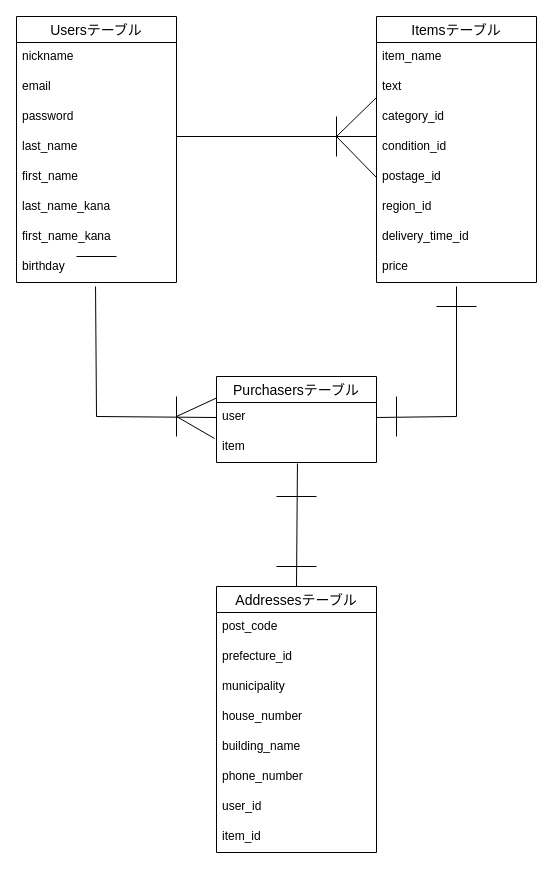
The draw.io diagram app/test.dio in techcamp-kawamata/furima-40315, before the edit. Source tidied: cells renumbered, new cells numbered last; positions are measured from the earlier drawing's top-left corner, leaving out a move shared by most shapes. Both pictures are drawn from the tidied source at 100%, with x=0, y=0 at pixel (16, 16).
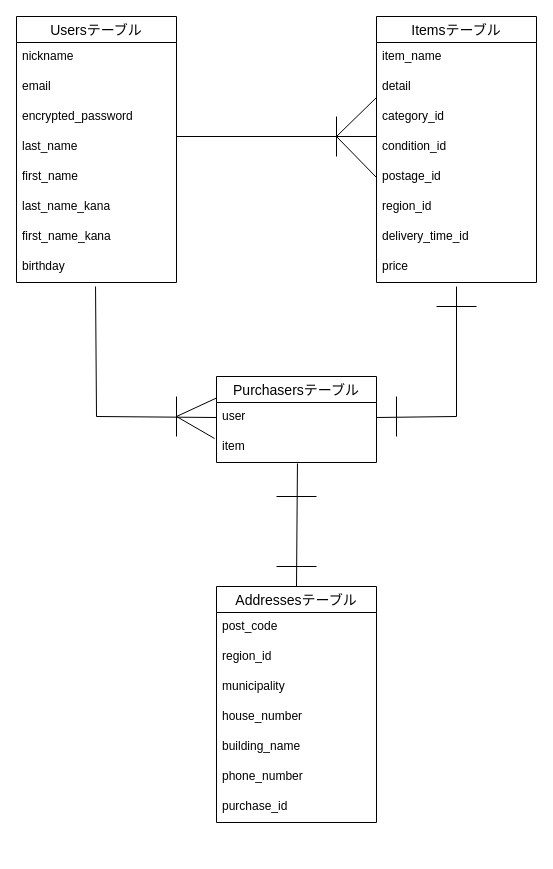
After the change.

Commit message (it also covers changes not shown here):
ご指摘いただいた箇所の修正

Unchanged cells that the change refers to:
```xml
<mxCell id="2" value="Usersテーブル" style="swimlane;fontStyle=0;horizontal=1;startSize=26;align=center;fontSize=14;" parent="1" vertex="1">
  <mxGeometry width="160" height="266" as="geometry" />
</mxCell>
<mxCell id="11" value="Itemsテーブル" style="swimlane;fontStyle=0;horizontal=1;startSize=26;align=center;fontSize=14;" parent="1" vertex="1">
  <mxGeometry x="360" width="160" height="266" as="geometry" />
</mxCell>
```

Change to the diagram source:
```diff
@@
-    <mxCell id="5" value="password" style="text;strokeColor=none;fillColor=none;spacingLeft=4;spacingRight=4;overflow=hidden;fontSize=12;" parent="2" vertex="1">
+    <mxCell id="5" value="encrypted_password" style="text;strokeColor=none;fillColor=none;spacingLeft=4;spacingRight=4;overflow=hidden;fontSize=12;" parent="2" vertex="1">
       <mxGeometry y="86" width="160" height="30" as="geometry" />
     </mxCell>
@@
-    <mxCell id="13" value="text" style="text;strokeColor=none;fillColor=none;spacingLeft=4;spacingRight=4;overflow=hidden;fontSize=12;" parent="11" vertex="1">
+    <mxCell id="13" value="detail" style="text;strokeColor=none;fillColor=none;spacingLeft=4;spacingRight=4;overflow=hidden;fontSize=12;" parent="11" vertex="1">
       <mxGeometry y="56" width="160" height="30" as="geometry" />
     </mxCell>
@@
     <mxCell id="23" value="Addressesテーブル" style="swimlane;fontStyle=0;horizontal=1;startSize=26;align=center;fontSize=14;" parent="1" vertex="1">
-      <mxGeometry x="200" y="570" width="160" height="266" as="geometry" />
+      <mxGeometry x="200" y="570" width="160" height="236" as="geometry" />
     </mxCell>
@@
-    <mxCell id="25" value="prefecture_id" style="text;strokeColor=none;fillColor=none;spacingLeft=4;spacingRight=4;overflow=hidden;fontSize=12;" parent="23" vertex="1">
+    <mxCell id="25" value="region_id" style="text;strokeColor=none;fillColor=none;spacingLeft=4;spacingRight=4;overflow=hidden;fontSize=12;" parent="23" vertex="1">
       <mxGeometry y="56" width="160" height="30" as="geometry" />
     </mxCell>
@@
-    <mxCell id="30" value="user_id" style="text;strokeColor=none;fillColor=none;spacingLeft=4;spacingRight=4;overflow=hidden;fontSize=12;" parent="23" vertex="1">
-      <mxGeometry y="206" width="160" height="30" as="geometry" />
-    </mxCell>
-    <mxCell id="31" value="item_id" style="text;strokeColor=none;fillColor=none;spacingLeft=4;spacingRight=4;overflow=hidden;fontSize=12;" parent="23" vertex="1">
-      <mxGeometry y="236" width="160" height="30" as="geometry" />
+    <mxCell id="31" value="purchase_id" style="text;strokeColor=none;fillColor=none;spacingLeft=4;spacingRight=4;overflow=hidden;fontSize=12;" parent="23" vertex="1">
+      <mxGeometry y="206" width="160" height="30" as="geometry" />
     </mxCell>
@@
-    <mxCell id="41" style="endArrow=none;html=1;rounded=0;" parent="1" edge="1">
-      <mxGeometry relative="1" as="geometry">
-        <mxPoint x="60" y="240" as="sourcePoint" />
-        <mxPoint x="100" y="240" as="targetPoint" />
-      </mxGeometry>
-    </mxCell>
```
